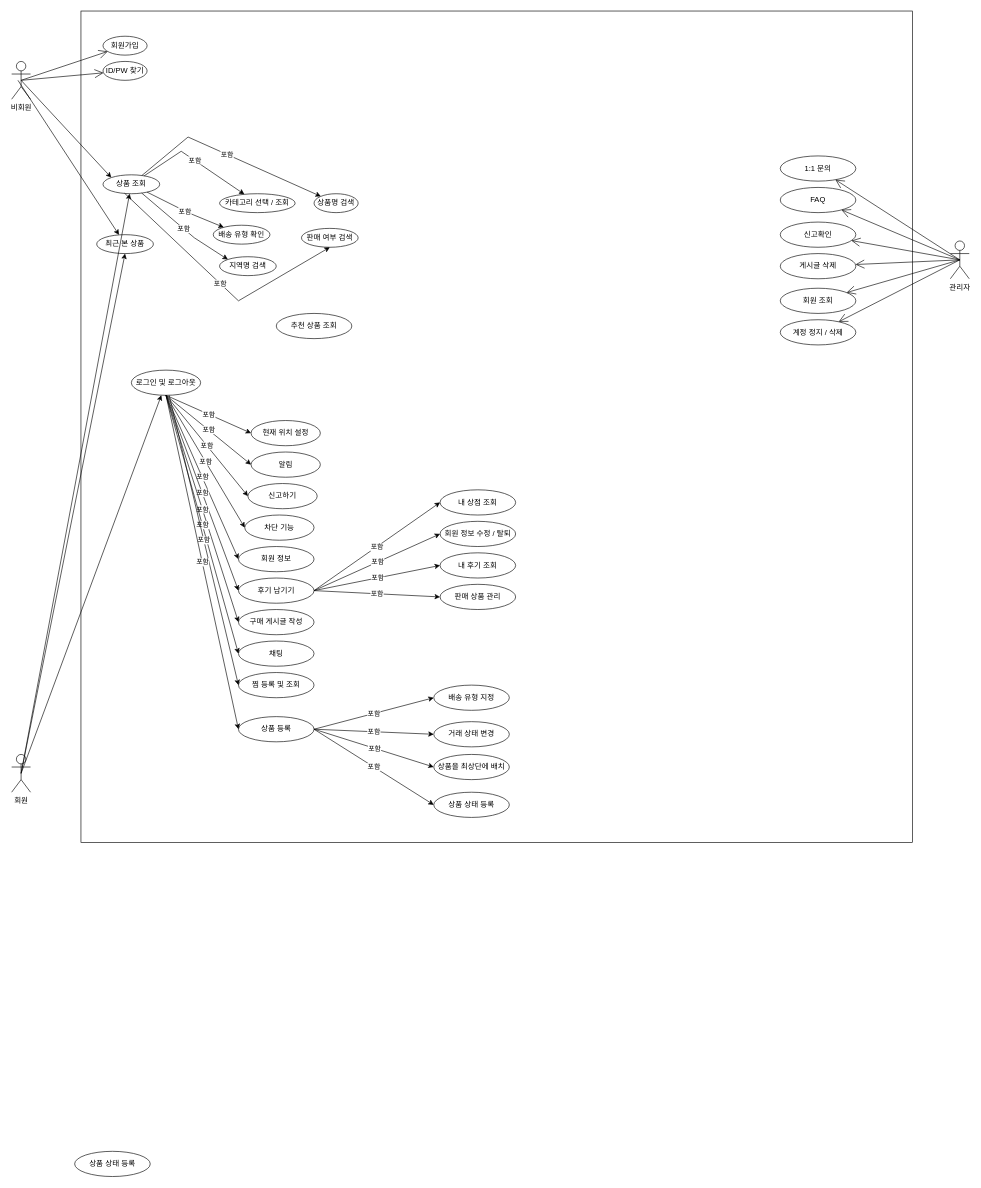
The draw.io diagram PODO_diagram.drawio in orol116/FinalProjectPodo, before the edit. Source tidied: cells renumbered, new cells numbered last; positions are measured from the earlier drawing's top-left corner, leaving out a move shared by most shapes. Both pictures are drawn from the tidied source at 63%, with x=0, y=0 at pixel (11, 11).
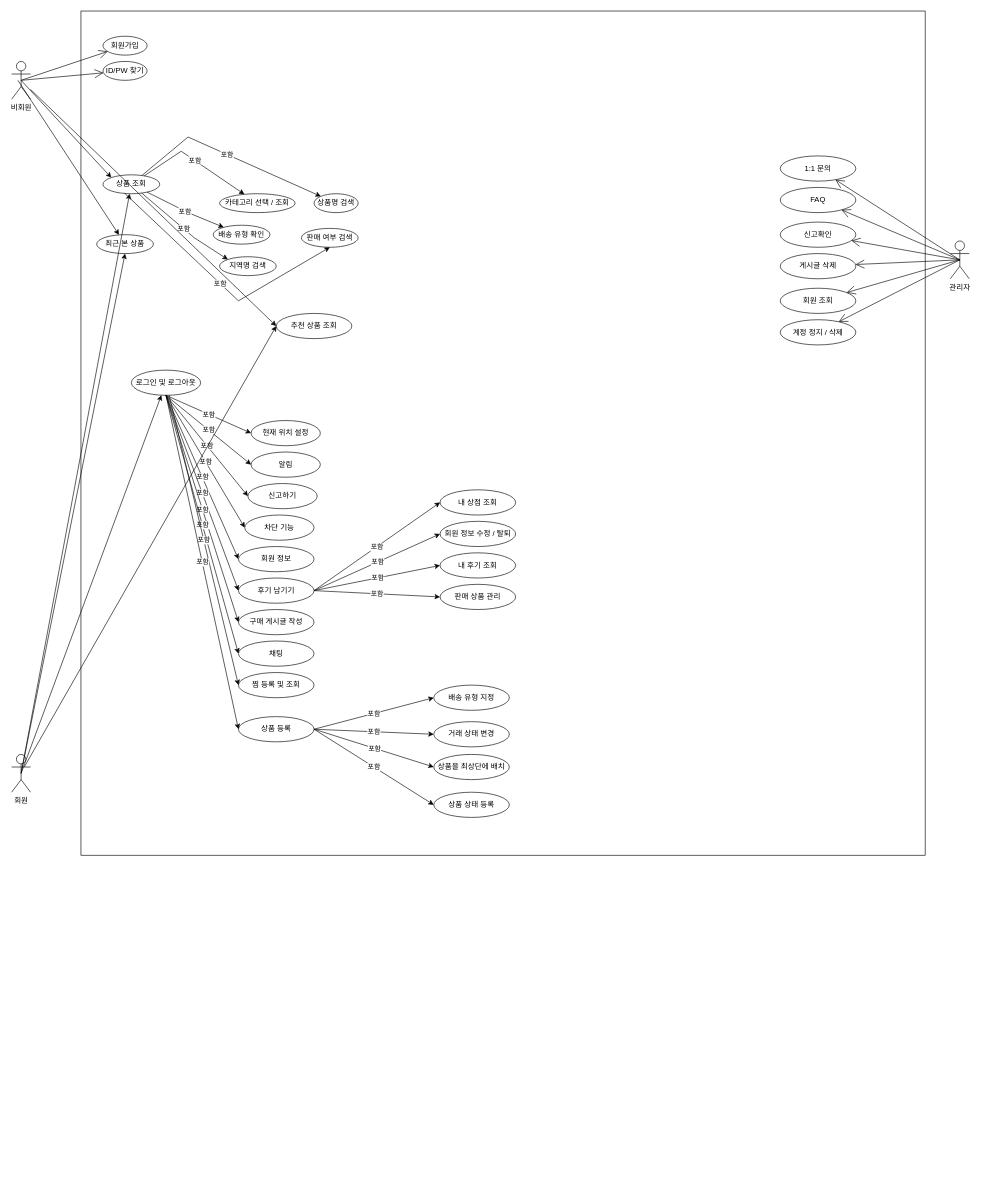
The same diagram, later.

Commit message (it also covers changes not shown here):
유스케이스 다이어그램 수정

Unchanged cells that the change refers to:
```xml
<mxCell id="2" value="비회원&lt;br&gt;" style="shape=umlActor;verticalLabelPosition=bottom;verticalAlign=top;html=1;outlineConnect=0;" parent="1" vertex="1">
  <mxGeometry y="80" width="30" height="60" as="geometry" />
</mxCell>
<mxCell id="26" value="추천 상품 조회" style="ellipse;whiteSpace=wrap;html=1;" parent="1" vertex="1">
  <mxGeometry x="420" y="480" width="120" height="40" as="geometry" />
</mxCell>
```

Diff of the diagram source:
```diff
@@
     <mxCell id="4" style="whiteSpace=wrap;html=1;" parent="1" vertex="1">
-      <mxGeometry x="110" width="1320" height="1320" as="geometry" />
+      <mxGeometry x="110" width="1340" height="1340" as="geometry" />
     </mxCell>
@@
-    <mxCell id="33" value="상품 상태 등록" style="ellipse;whiteSpace=wrap;html=1;" parent="1" vertex="1">
-      <mxGeometry x="100" y="1810" width="120" height="40" as="geometry" />
-    </mxCell>
@@
+    <mxCell id="101" style="endArrow=classic;html=1;rounded=0;entryX=0;entryY=0.5;entryDx=0;entryDy=0;" parent="1" edge="1" source="2" target="26">
+      <mxGeometry relative="1" as="geometry" />
+    </mxCell>
+    <mxCell id="102" style="endArrow=classic;html=1;rounded=0;entryX=0;entryY=0.5;entryDx=0;entryDy=0;" parent="1" edge="1" target="26">
+      <mxGeometry relative="1" as="geometry">
+        <mxPoint x="20" y="1200" as="sourcePoint" />
+      </mxGeometry>
+    </mxCell>
```
